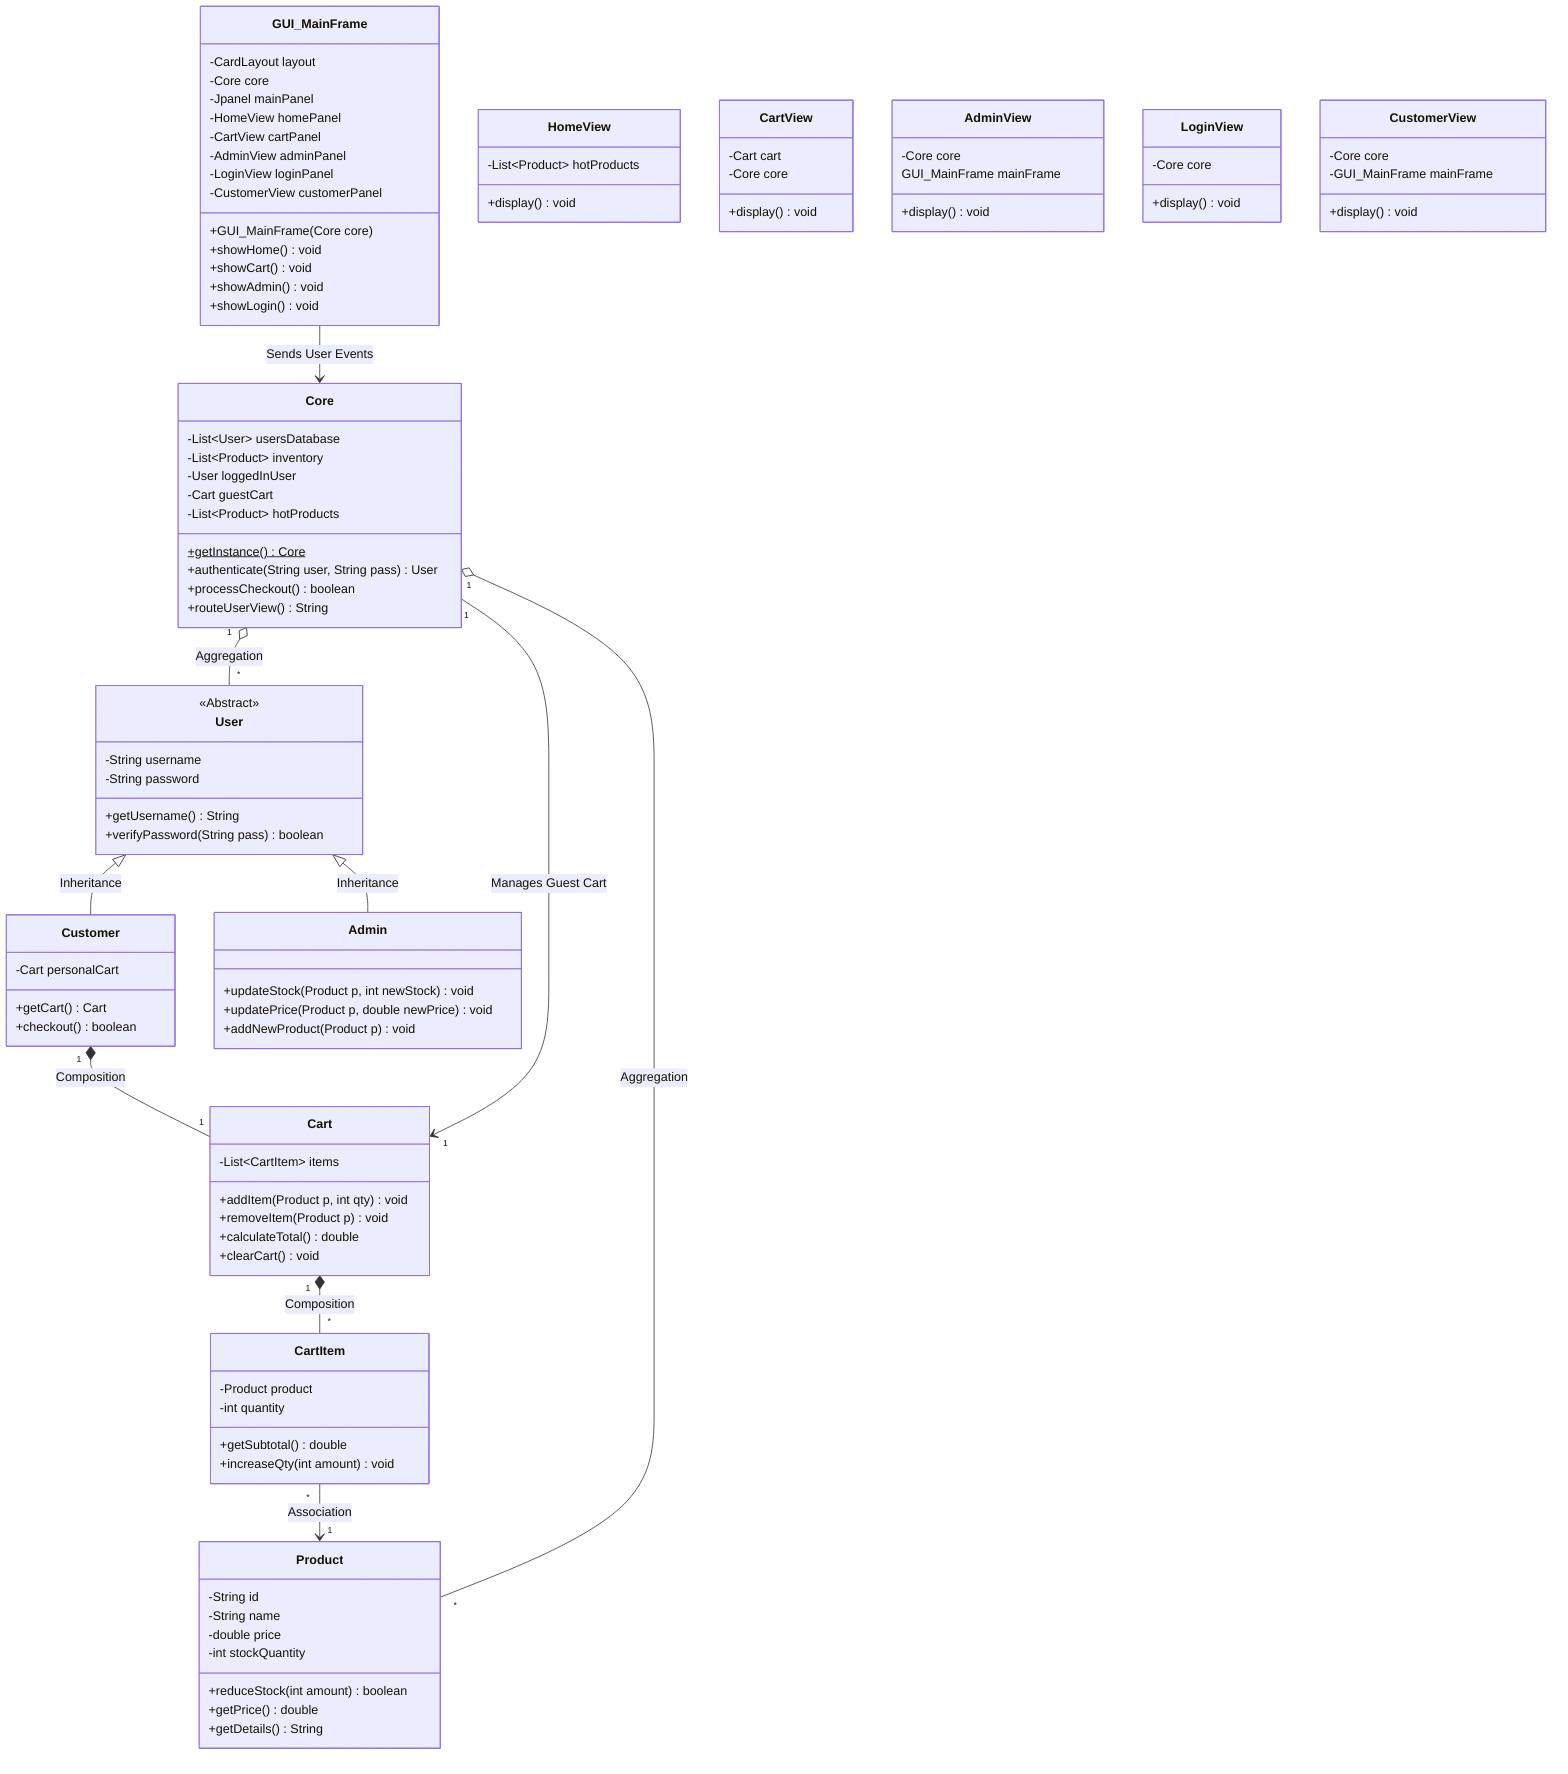
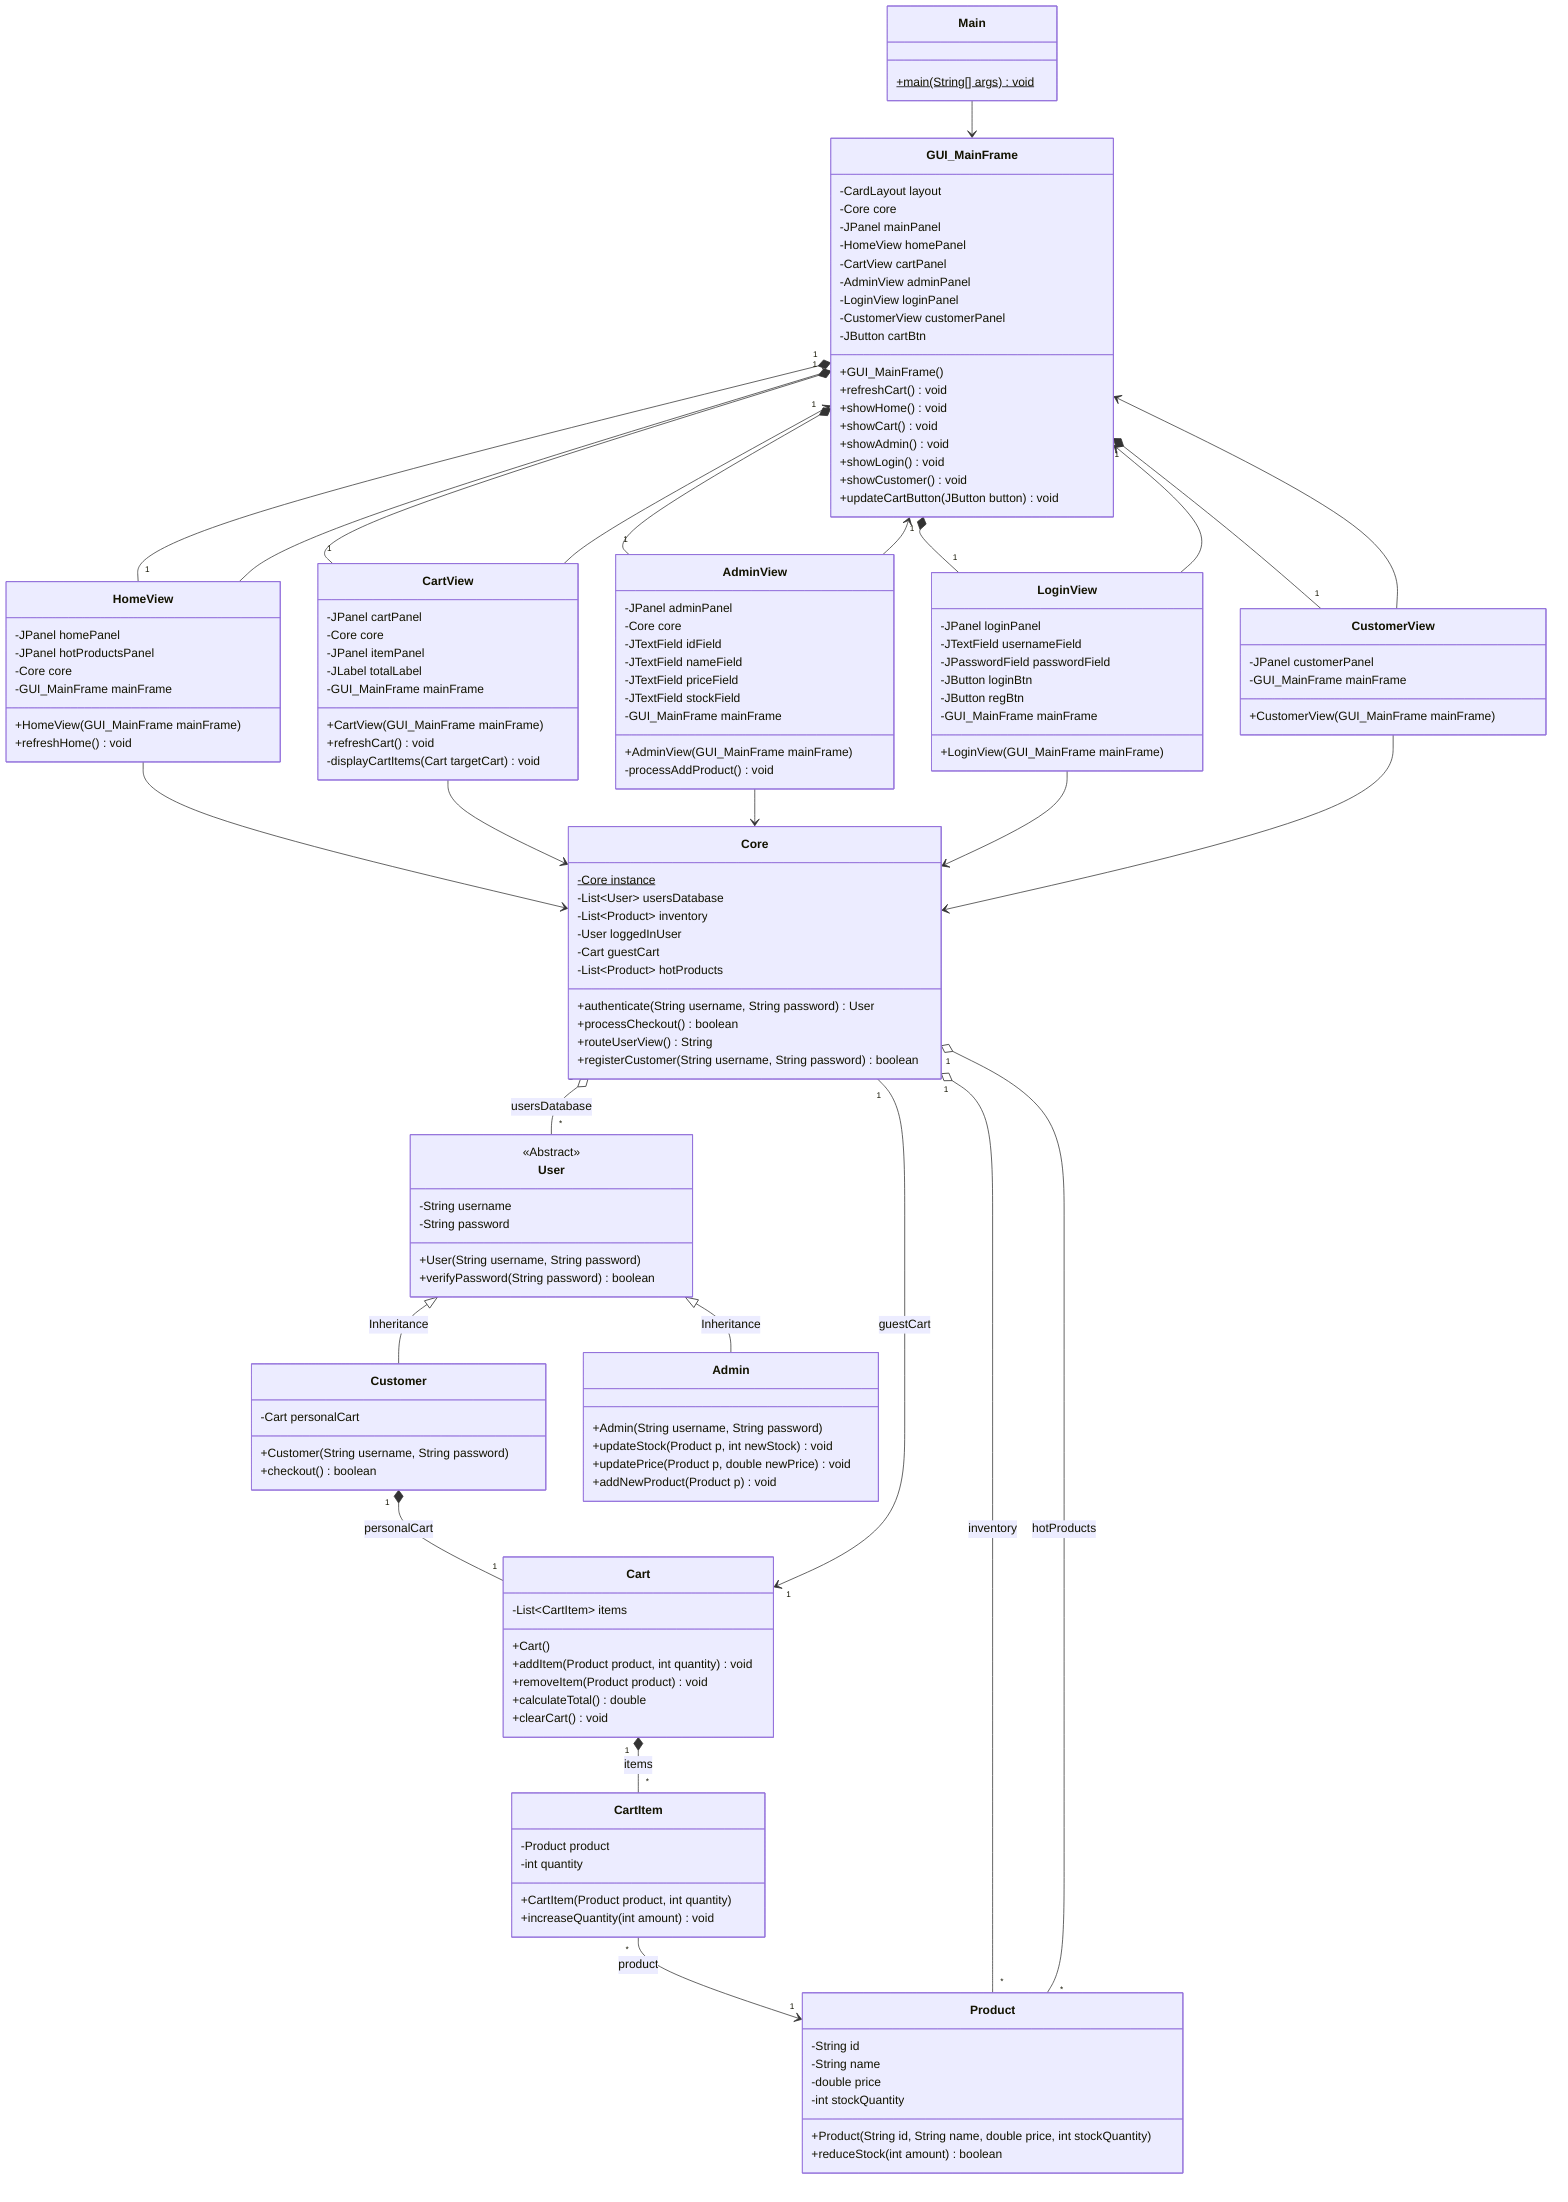
classDiagram
    %% Relationships & Connectors
    User <|-- Customer : Inheritance
    User <|-- Admin : Inheritance

-     Customer "1" *-- "1" Cart : Composition
-     Cart "1" *-- "*" CartItem : Composition
-     CartItem "*" --> "1" Product : Association
+     Customer "1" *-- "1" Cart : personalCart
+     Cart "1" *-- "*" CartItem : items
+     CartItem "*" --> "1" Product : product

-     Core "1" o-- "*" User : Aggregation
-     Core "1" o-- "*" Product : Aggregation
-     Core "1" --> "1" Cart : Manages Guest Cart
+     Core "1" o-- "*" User : usersDatabase
+     Core "1" o-- "*" Product : inventory
+     Core "1" o-- "*" Product : hotProducts
+     Core "1" --> "1" Cart : guestCart
+ 
+     GUI_MainFrame "1" *-- "1" HomeView
+     GUI_MainFrame "1" *-- "1" CartView
+     GUI_MainFrame "1" *-- "1" AdminView
+     GUI_MainFrame "1" *-- "1" LoginView
+     GUI_MainFrame "1" *-- "1" CustomerView
+ 
+     HomeView --> Core
+     CartView --> Core
+     AdminView --> Core
+     LoginView --> Core
+     CustomerView --> Core
+ 
+     HomeView --> GUI_MainFrame
+     CartView --> GUI_MainFrame
+     AdminView --> GUI_MainFrame
+     LoginView --> GUI_MainFrame
+     CustomerView --> GUI_MainFrame
+ 
+     Main --> GUI_MainFrame

    %% Base User Class
    class User {
        <<Abstract>>
        -String username
        -String password
-         +getUsername() String
-         +verifyPassword(String pass) boolean
+         +User(String username, String password)
+         +verifyPassword(String password) boolean
    }

    %% Child Classes
    class Customer {
        -Cart personalCart
-         +getCart() Cart
+         +Customer(String username, String password)
        +checkout() boolean
    }

    class Admin {
+         +Admin(String username, String password)
        +updateStock(Product p, int newStock) void
        +updatePrice(Product p, double newPrice) void
        +addNewProduct(Product p) void
    }

    %% Product & Cart Classes
    class Product {
        -String id
        -String name
        -double price
        -int stockQuantity
+         +Product(String id, String name, double price, int stockQuantity)
        +reduceStock(int amount) boolean
-         +getPrice() double
-         +getDetails() String
    }

    class Cart {
        -List~CartItem~ items
-         +addItem(Product p, int qty) void
-         +removeItem(Product p) void
+         +Cart()
+         +addItem(Product product, int quantity) void
+         +removeItem(Product product) void
        +calculateTotal() double
        +clearCart() void
    }

    class CartItem {
        -Product product
        -int quantity
-         +getSubtotal() double
-         +increaseQty(int amount) void
+         +CartItem(Product product, int quantity)
+         +increaseQuantity(int amount) void
    }

    %% The Main Controller (Singleton)
    class Core {
+         -Core instance$
        -List~User~ usersDatabase
        -List~Product~ inventory
        -User loggedInUser
        -Cart guestCart
        -List~Product~ hotProducts
-         +getInstance() Core$
-         +authenticate(String user, String pass) User
+         +authenticate(String username, String password) User
        +processCheckout() boolean
        +routeUserView() String
+         +registerCustomer(String username, String password) boolean
    }

-     %% UI Representation (Optional in pure data UML, but helpful)
+     %% UI Representation
    class GUI_MainFrame {
        -CardLayout layout
        -Core core
-         -Jpanel mainPanel
+         -JPanel mainPanel
        -HomeView homePanel
        -CartView cartPanel
        -AdminView adminPanel
        -LoginView loginPanel
        -CustomerView customerPanel
-         +GUI_MainFrame(Core core)
+         -JButton cartBtn
+         +GUI_MainFrame()
+         +refreshCart() void
        +showHome() void
        +showCart() void
        +showAdmin() void
        +showLogin() void
+         +showCustomer() void
+         +updateCartButton(JButton button) void
    }

-     class HomeView{
-         -List~Product~ hotProducts
-         +display() void
-     }
-     class CartView{
-         -Cart cart
+     class HomeView {
+         -JPanel homePanel
+         -JPanel hotProductsPanel
        -Core core
-         +display() void
-     }
-     class AdminView{
-         -Core core
-         GUI_MainFrame mainFrame
-         +display() void
-     }
-     class LoginView{
-         -Core core
-         +display() void
+         -GUI_MainFrame mainFrame
+         +HomeView(GUI_MainFrame mainFrame)
+         +refreshHome() void
    }

-     class CustomerView{
+     class CartView {
+         -JPanel cartPanel
        -Core core
+         -JPanel itemPanel
+         -JLabel totalLabel
        -GUI_MainFrame mainFrame
-         +display() void
+         +CartView(GUI_MainFrame mainFrame)
+         +refreshCart() void
+         -displayCartItems(Cart targetCart) void
    }
-     GUI_MainFrame --> Core : Sends User Events+ 
+     class AdminView {
+         -JPanel adminPanel
+         -Core core
+         -JTextField idField
+         -JTextField nameField
+         -JTextField priceField
+         -JTextField stockField
+         -GUI_MainFrame mainFrame
+         +AdminView(GUI_MainFrame mainFrame)
+         -processAddProduct() void
+     }
+ 
+     class LoginView {
+         -JPanel loginPanel
+         -JTextField usernameField
+         -JPasswordField passwordField
+         -JButton loginBtn
+         -JButton regBtn
+         -GUI_MainFrame mainFrame
+         +LoginView(GUI_MainFrame mainFrame)
+     }
+ 
+     class CustomerView {
+         -JPanel customerPanel
+         -GUI_MainFrame mainFrame
+         +CustomerView(GUI_MainFrame mainFrame)
+     }
+ 
+     class Main {
+         +main(String[] args) void$
+     }
+ 
